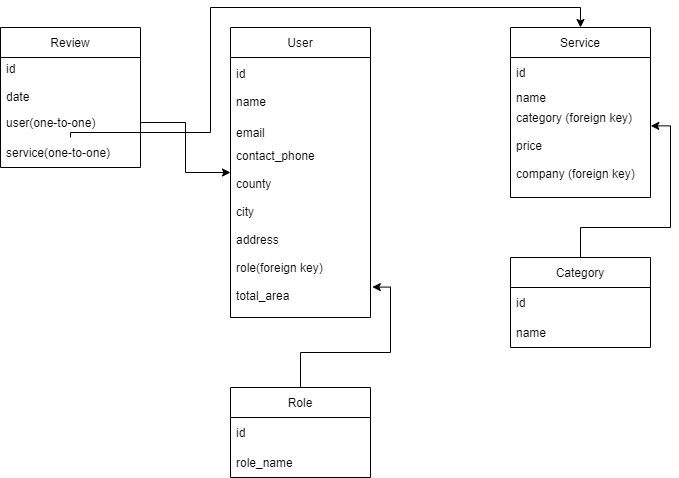
Above: homework_3/database.png in sqdArtemy/cleaningService (draw.io), before the change. Source tidied: cells renumbered, new cells last; positions are measured from the earlier drawing's top-left corner, leaving out a move shared by most shapes. Source of this version:
```xml
<mxGraphModel>
  <root>
    <mxCell id="0" />
    <mxCell id="1" parent="0" />
    <mxCell id="2" value="Service" style="swimlane;fontStyle=0;horizontal=1;startSize=30;" parent="1" vertex="1">
      <mxGeometry x="510" y="20" width="140" height="170" as="geometry" />
    </mxCell>
    <mxCell id="3" value="id" style="text;strokeColor=none;fillColor=none;align=left;verticalAlign=middle;spacingLeft=4;spacingRight=4;overflow=hidden;" parent="2" vertex="1">
      <mxGeometry y="30" width="140" height="30" as="geometry" />
    </mxCell>
    <mxCell id="4" value="name" style="text;strokeColor=none;fillColor=none;align=left;verticalAlign=middle;spacingLeft=4;spacingRight=4;overflow=hidden;" parent="2" vertex="1">
      <mxGeometry y="60" width="140" height="20" as="geometry" />
    </mxCell>
    <mxCell id="5" value="category (foreign key)&#10;&#10;price&#10;&#10;company (foreign key)&#10;" style="text;strokeColor=none;fillColor=none;align=left;verticalAlign=middle;spacingLeft=4;spacingRight=4;overflow=hidden;points=[[0,0.5],[1,0.5]];portConstraint=eastwest;" parent="2" vertex="1">
      <mxGeometry y="80" width="140" height="90" as="geometry" />
    </mxCell>
    <mxCell id="6" value="User" style="swimlane;fontStyle=0;horizontal=1;startSize=30;" parent="1" vertex="1">
      <mxGeometry x="230" y="20" width="140" height="290" as="geometry" />
    </mxCell>
    <mxCell id="7" value="id&#10;&#10;name" style="text;strokeColor=none;fillColor=none;align=left;verticalAlign=middle;spacingLeft=4;spacingRight=4;overflow=hidden;points=[[0,0.5],[1,0.5]];portConstraint=eastwest;" parent="6" vertex="1">
      <mxGeometry y="30" width="140" height="60" as="geometry" />
    </mxCell>
    <mxCell id="8" value="email" style="text;strokeColor=none;fillColor=none;align=left;verticalAlign=middle;spacingLeft=4;spacingRight=4;overflow=hidden;points=[[0,0.5],[1,0.5]];portConstraint=eastwest;" parent="6" vertex="1">
      <mxGeometry y="90" width="140" height="30" as="geometry" />
    </mxCell>
    <mxCell id="9" value="contact_phone&#10;&#10;county&#10;&#10;city&#10;&#10;address&#10;&#10;role(foreign key)&#10;&#10;total_area&#10;&#10;&#10;" style="text;strokeColor=none;fillColor=none;align=left;verticalAlign=middle;spacingLeft=4;spacingRight=4;overflow=hidden;points=[[0,0.5],[1,0.5]];portConstraint=eastwest;" parent="6" vertex="1">
      <mxGeometry y="120" width="140" height="170" as="geometry" />
    </mxCell>
    <mxCell id="10" style="edgeStyle=orthogonalEdgeStyle;rounded=0;jettySize=auto;html=1;entryX=1.002;entryY=0.204;entryDx=0;entryDy=0;entryPerimeter=0;" parent="1" edge="1" source="11" target="5">
      <mxGeometry relative="1" as="geometry" />
    </mxCell>
    <mxCell id="11" value="Category" style="swimlane;fontStyle=0;horizontal=1;startSize=30;" parent="1" vertex="1">
      <mxGeometry x="510" y="250" width="140" height="90" as="geometry" />
    </mxCell>
    <mxCell id="12" value="id" style="text;strokeColor=none;fillColor=none;align=left;verticalAlign=middle;spacingLeft=4;spacingRight=4;overflow=hidden;" parent="11" vertex="1">
      <mxGeometry y="30" width="140" height="30" as="geometry" />
    </mxCell>
    <mxCell id="13" value="name" style="text;strokeColor=none;fillColor=none;align=left;verticalAlign=middle;spacingLeft=4;spacingRight=4;overflow=hidden;" parent="11" vertex="1">
      <mxGeometry y="60" width="140" height="30" as="geometry" />
    </mxCell>
    <mxCell id="14" style="edgeStyle=orthogonalEdgeStyle;rounded=0;jettySize=auto;html=1;entryX=1.013;entryY=0.821;entryDx=0;entryDy=0;entryPerimeter=0;" parent="1" edge="1" source="15" target="9">
      <mxGeometry relative="1" as="geometry" />
    </mxCell>
    <mxCell id="15" value="Role" style="swimlane;fontStyle=0;horizontal=1;startSize=30;" parent="1" vertex="1">
      <mxGeometry x="230" y="380" width="140" height="90" as="geometry" />
    </mxCell>
    <mxCell id="16" value="id" style="text;strokeColor=none;fillColor=none;align=left;verticalAlign=middle;spacingLeft=4;spacingRight=4;overflow=hidden;" parent="15" vertex="1">
      <mxGeometry y="30" width="140" height="30" as="geometry" />
    </mxCell>
    <mxCell id="17" value="role_name" style="text;strokeColor=none;fillColor=none;align=left;verticalAlign=middle;spacingLeft=4;spacingRight=4;overflow=hidden;" parent="15" vertex="1">
      <mxGeometry y="60" width="140" height="30" as="geometry" />
    </mxCell>
    <mxCell id="18" value="Review" style="swimlane;fontStyle=0;horizontal=1;startSize=30;" parent="1" vertex="1">
      <mxGeometry y="20" width="140" height="140" as="geometry" />
    </mxCell>
    <mxCell id="19" value="id&#10;&#10;date" style="text;strokeColor=none;fillColor=none;align=left;verticalAlign=middle;spacingLeft=4;spacingRight=4;overflow=hidden;" parent="18" vertex="1">
      <mxGeometry y="30" width="140" height="50" as="geometry" />
    </mxCell>
    <mxCell id="20" value="user(one-to-one)" style="text;strokeColor=none;fillColor=none;align=left;verticalAlign=middle;spacingLeft=4;spacingRight=4;overflow=hidden;points=[[0,0.5],[1,0.5]];portConstraint=eastwest;" parent="18" vertex="1">
      <mxGeometry y="80" width="140" height="30" as="geometry" />
    </mxCell>
    <mxCell id="21" value="service(one-to-one)" style="text;strokeColor=none;fillColor=none;align=left;verticalAlign=middle;spacingLeft=4;spacingRight=4;overflow=hidden;points=[[0,0.5],[1,0.5]];portConstraint=eastwest;" parent="18" vertex="1">
      <mxGeometry y="110" width="140" height="30" as="geometry" />
    </mxCell>
    <mxCell id="22" style="edgeStyle=orthogonalEdgeStyle;rounded=0;jettySize=auto;html=1;" parent="1" edge="1" source="20" target="6">
      <mxGeometry relative="1" as="geometry" />
    </mxCell>
    <mxCell id="23" style="edgeStyle=orthogonalEdgeStyle;rounded=0;jettySize=auto;html=1;entryX=0.5;entryY=0;entryDx=0;entryDy=0;" parent="1" edge="1" source="21" target="2">
      <mxGeometry relative="1" as="geometry">
        <Array as="points">
          <mxPoint x="210" y="125" />
          <mxPoint x="210" />
          <mxPoint x="580" />
        </Array>
      </mxGeometry>
    </mxCell>
  </root>
</mxGraphModel>
```
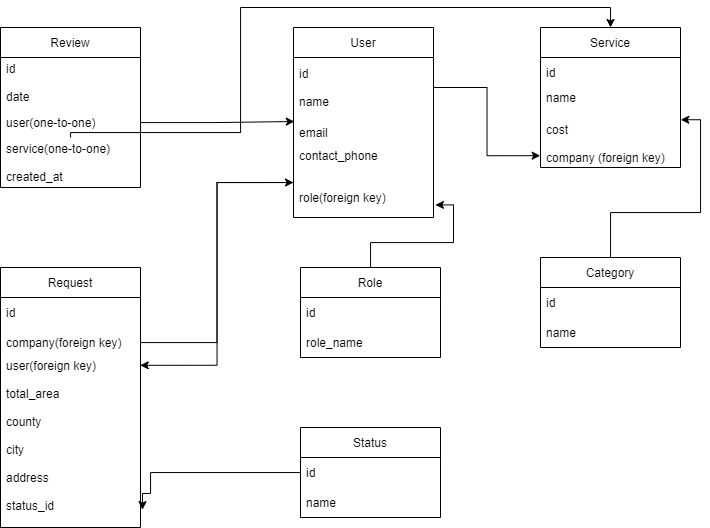
After the commit.

What changed in the source:
```diff
@@ -3,7 +3,7 @@
     <mxCell id="0" />
     <mxCell id="1" parent="0" />
     <mxCell id="2" value="Service" style="swimlane;fontStyle=0;horizontal=1;startSize=30;" parent="1" vertex="1">
-      <mxGeometry x="510" y="20" width="140" height="170" as="geometry" />
+      <mxGeometry x="510" y="20" width="140" height="140" as="geometry" />
     </mxCell>
     <mxCell id="3" value="id" style="text;strokeColor=none;fillColor=none;align=left;verticalAlign=middle;spacingLeft=4;spacingRight=4;overflow=hidden;" parent="2" vertex="1">
       <mxGeometry y="30" width="140" height="30" as="geometry" />
@@ -11,11 +11,11 @@
     <mxCell id="4" value="name" style="text;strokeColor=none;fillColor=none;align=left;verticalAlign=middle;spacingLeft=4;spacingRight=4;overflow=hidden;" parent="2" vertex="1">
       <mxGeometry y="60" width="140" height="20" as="geometry" />
     </mxCell>
-    <mxCell id="5" value="category (foreign key)&#10;&#10;price&#10;&#10;company (foreign key)&#10;" style="text;strokeColor=none;fillColor=none;align=left;verticalAlign=middle;spacingLeft=4;spacingRight=4;overflow=hidden;points=[[0,0.5],[1,0.5]];portConstraint=eastwest;" parent="2" vertex="1">
-      <mxGeometry y="80" width="140" height="90" as="geometry" />
+    <mxCell id="5" value="&#10;cost&#10;&#10;company (foreign key)&#10;" style="text;strokeColor=none;fillColor=none;align=left;verticalAlign=middle;spacingLeft=4;spacingRight=4;overflow=hidden;points=[[0,0.5],[1,0.5]];portConstraint=eastwest;" parent="2" vertex="1">
+      <mxGeometry y="80" width="140" height="60" as="geometry" />
     </mxCell>
     <mxCell id="6" value="User" style="swimlane;fontStyle=0;horizontal=1;startSize=30;" parent="1" vertex="1">
-      <mxGeometry x="230" y="20" width="140" height="290" as="geometry" />
+      <mxGeometry x="263" y="20" width="140" height="190" as="geometry" />
     </mxCell>
     <mxCell id="7" value="id&#10;&#10;name" style="text;strokeColor=none;fillColor=none;align=left;verticalAlign=middle;spacingLeft=4;spacingRight=4;overflow=hidden;points=[[0,0.5],[1,0.5]];portConstraint=eastwest;" parent="6" vertex="1">
       <mxGeometry y="30" width="140" height="60" as="geometry" />
@@ -23,8 +23,8 @@
     <mxCell id="8" value="email" style="text;strokeColor=none;fillColor=none;align=left;verticalAlign=middle;spacingLeft=4;spacingRight=4;overflow=hidden;points=[[0,0.5],[1,0.5]];portConstraint=eastwest;" parent="6" vertex="1">
       <mxGeometry y="90" width="140" height="30" as="geometry" />
     </mxCell>
-    <mxCell id="9" value="contact_phone&#10;&#10;county&#10;&#10;city&#10;&#10;address&#10;&#10;role(foreign key)&#10;&#10;total_area&#10;&#10;&#10;" style="text;strokeColor=none;fillColor=none;align=left;verticalAlign=middle;spacingLeft=4;spacingRight=4;overflow=hidden;points=[[0,0.5],[1,0.5]];portConstraint=eastwest;" parent="6" vertex="1">
-      <mxGeometry y="120" width="140" height="170" as="geometry" />
+    <mxCell id="9" value="contact_phone&#10;&#10;&#10;role(foreign key)&#10;&#10;&#10;" style="text;strokeColor=none;fillColor=none;align=left;verticalAlign=middle;spacingLeft=4;spacingRight=4;overflow=hidden;points=[[0,0.5],[1,0.5]];portConstraint=eastwest;" parent="6" vertex="1">
+      <mxGeometry y="120" width="140" height="70" as="geometry" />
     </mxCell>
     <mxCell id="10" style="edgeStyle=orthogonalEdgeStyle;rounded=0;jettySize=auto;html=1;entryX=1.002;entryY=0.204;entryDx=0;entryDy=0;entryPerimeter=0;" parent="1" edge="1" source="11" target="5">
       <mxGeometry relative="1" as="geometry" />
@@ -38,11 +38,11 @@
     <mxCell id="13" value="name" style="text;strokeColor=none;fillColor=none;align=left;verticalAlign=middle;spacingLeft=4;spacingRight=4;overflow=hidden;" parent="11" vertex="1">
       <mxGeometry y="60" width="140" height="30" as="geometry" />
     </mxCell>
-    <mxCell id="14" style="edgeStyle=orthogonalEdgeStyle;rounded=0;jettySize=auto;html=1;entryX=1.013;entryY=0.821;entryDx=0;entryDy=0;entryPerimeter=0;" parent="1" edge="1" source="15" target="9">
+    <mxCell id="14" style="edgeStyle=orthogonalEdgeStyle;rounded=0;jettySize=auto;html=1;entryX=1.014;entryY=0.82;entryDx=0;entryDy=0;entryPerimeter=0;" parent="1" edge="1" source="15" target="9">
       <mxGeometry relative="1" as="geometry" />
     </mxCell>
     <mxCell id="15" value="Role" style="swimlane;fontStyle=0;horizontal=1;startSize=30;" parent="1" vertex="1">
-      <mxGeometry x="230" y="380" width="140" height="90" as="geometry" />
+      <mxGeometry x="270" y="260" width="140" height="90" as="geometry" />
     </mxCell>
     <mxCell id="16" value="id" style="text;strokeColor=none;fillColor=none;align=left;verticalAlign=middle;spacingLeft=4;spacingRight=4;overflow=hidden;" parent="15" vertex="1">
       <mxGeometry y="30" width="140" height="30" as="geometry" />
@@ -51,7 +51,7 @@
       <mxGeometry y="60" width="140" height="30" as="geometry" />
     </mxCell>
     <mxCell id="18" value="Review" style="swimlane;fontStyle=0;horizontal=1;startSize=30;" parent="1" vertex="1">
-      <mxGeometry y="20" width="140" height="140" as="geometry" />
+      <mxGeometry x="-30" y="20" width="140" height="160" as="geometry" />
     </mxCell>
     <mxCell id="19" value="id&#10;&#10;date" style="text;strokeColor=none;fillColor=none;align=left;verticalAlign=middle;spacingLeft=4;spacingRight=4;overflow=hidden;" parent="18" vertex="1">
       <mxGeometry y="30" width="140" height="50" as="geometry" />
@@ -59,10 +59,10 @@
     <mxCell id="20" value="user(one-to-one)" style="text;strokeColor=none;fillColor=none;align=left;verticalAlign=middle;spacingLeft=4;spacingRight=4;overflow=hidden;points=[[0,0.5],[1,0.5]];portConstraint=eastwest;" parent="18" vertex="1">
       <mxGeometry y="80" width="140" height="30" as="geometry" />
     </mxCell>
-    <mxCell id="21" value="service(one-to-one)" style="text;strokeColor=none;fillColor=none;align=left;verticalAlign=middle;spacingLeft=4;spacingRight=4;overflow=hidden;points=[[0,0.5],[1,0.5]];portConstraint=eastwest;" parent="18" vertex="1">
-      <mxGeometry y="110" width="140" height="30" as="geometry" />
+    <mxCell id="21" value="service(one-to-one)&#10;&#10;created_at" style="text;strokeColor=none;fillColor=none;align=left;verticalAlign=middle;spacingLeft=4;spacingRight=4;overflow=hidden;points=[[0,0.5],[1,0.5]];portConstraint=eastwest;" parent="18" vertex="1">
+      <mxGeometry y="110" width="140" height="50" as="geometry" />
     </mxCell>
-    <mxCell id="22" style="edgeStyle=orthogonalEdgeStyle;rounded=0;jettySize=auto;html=1;" parent="1" edge="1" source="20" target="6">
+    <mxCell id="22" style="edgeStyle=orthogonalEdgeStyle;rounded=0;jettySize=auto;html=1;entryX=0.006;entryY=0.133;entryDx=0;entryDy=0;entryPerimeter=0;" parent="1" edge="1" source="20" target="8">
       <mxGeometry relative="1" as="geometry" />
     </mxCell>
     <mxCell id="23" style="edgeStyle=orthogonalEdgeStyle;rounded=0;jettySize=auto;html=1;entryX=0.5;entryY=0;entryDx=0;entryDy=0;" parent="1" edge="1" source="21" target="2">
@@ -74,5 +74,44 @@
         </Array>
       </mxGeometry>
     </mxCell>
+    <mxCell id="24" value="Request" style="swimlane;fontStyle=0;horizontal=1;startSize=30;" parent="1" vertex="1">
+      <mxGeometry x="-30" y="260" width="140" height="260" as="geometry" />
+    </mxCell>
+    <mxCell id="25" value="id" style="text;strokeColor=none;fillColor=none;align=left;verticalAlign=middle;spacingLeft=4;spacingRight=4;overflow=hidden;" parent="24" vertex="1">
+      <mxGeometry y="30" width="140" height="30" as="geometry" />
+    </mxCell>
+    <mxCell id="26" value="company(foreign key)" style="text;strokeColor=none;fillColor=none;align=left;verticalAlign=middle;spacingLeft=4;spacingRight=4;overflow=hidden;points=[[0,0.5],[1,0.5]];portConstraint=eastwest;" parent="24" vertex="1">
+      <mxGeometry y="60" width="140" height="30" as="geometry" />
+    </mxCell>
+    <mxCell id="27" value="user(foreign key)&#10;&#10;total_area&#10;&#10;county&#10;&#10;city&#10;&#10;address&#10;&#10;status_id&#10;" style="text;strokeColor=none;fillColor=none;align=left;verticalAlign=middle;spacingLeft=4;spacingRight=4;overflow=hidden;points=[[0,0.5],[1,0.5]];portConstraint=eastwest;" parent="24" vertex="1">
+      <mxGeometry y="90" width="140" height="170" as="geometry" />
+    </mxCell>
+    <mxCell id="28" style="edgeStyle=orthogonalEdgeStyle;rounded=0;jettySize=auto;html=1;entryX=1.014;entryY=0.895;entryDx=0;entryDy=0;entryPerimeter=0;" parent="1" edge="1" source="29" target="27">
+      <mxGeometry relative="1" as="geometry">
+        <Array as="points">
+          <mxPoint x="120" y="465" />
+          <mxPoint x="120" y="486" />
+          <mxPoint x="112" y="486" />
+        </Array>
+      </mxGeometry>
+    </mxCell>
+    <mxCell id="29" value="Status" style="swimlane;fontStyle=0;horizontal=1;startSize=30;" parent="1" vertex="1">
+      <mxGeometry x="270" y="420" width="140" height="90" as="geometry" />
+    </mxCell>
+    <mxCell id="30" value="id" style="text;strokeColor=none;fillColor=none;align=left;verticalAlign=middle;spacingLeft=4;spacingRight=4;overflow=hidden;" parent="29" vertex="1">
+      <mxGeometry y="30" width="140" height="30" as="geometry" />
+    </mxCell>
+    <mxCell id="31" value="name" style="text;strokeColor=none;fillColor=none;align=left;verticalAlign=middle;spacingLeft=4;spacingRight=4;overflow=hidden;" parent="29" vertex="1">
+      <mxGeometry y="60" width="140" height="30" as="geometry" />
+    </mxCell>
+    <mxCell id="32" style="edgeStyle=orthogonalEdgeStyle;rounded=0;jettySize=auto;html=1;entryX=0;entryY=0.5;entryDx=0;entryDy=0;" parent="1" edge="1" source="26" target="9">
+      <mxGeometry relative="1" as="geometry" />
+    </mxCell>
+    <mxCell id="33" style="edgeStyle=orthogonalEdgeStyle;rounded=0;jettySize=auto;html=1;entryX=-0.002;entryY=0.803;entryDx=0;entryDy=0;entryPerimeter=0;" parent="1" edge="1" source="7" target="5">
+      <mxGeometry relative="1" as="geometry" />
+    </mxCell>
+    <mxCell id="34" style="edgeStyle=orthogonalEdgeStyle;rounded=0;jettySize=auto;html=1;entryX=0.998;entryY=0.046;entryDx=0;entryDy=0;entryPerimeter=0;" parent="1" edge="1" source="9" target="27">
+      <mxGeometry relative="1" as="geometry" />
+    </mxCell>
   </root>
 </mxGraphModel>
```
